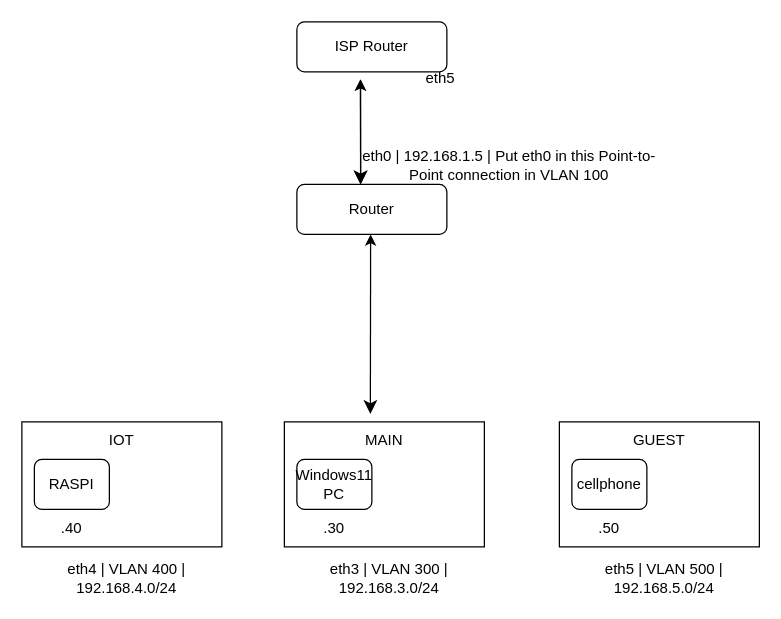
Above: Untitled Diagram.drawio in akademsubotnik/network-config (draw.io), before the change. Source tidied: cells renumbered, new cells numbered last; positions are measured from the earlier drawing's top-left corner, leaving out a move shared by most shapes. Both pictures are drawn from the tidied source at 125%, with x=0, y=0 at pixel (21, 21).
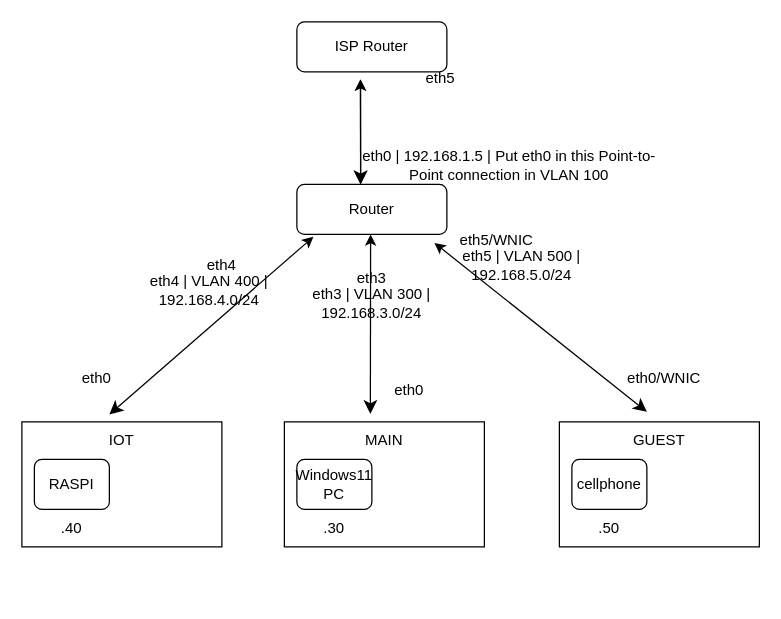
The same diagram, later.

The change refers to these unchanged cells:
```xml
<mxCell id="5" value="Router" style="rounded=1;whiteSpace=wrap;html=1;fontSize=12;glass=0;strokeWidth=1;shadow=0;" parent="1" vertex="1">
  <mxGeometry x="220" y="130" width="120" height="40" as="geometry" />
</mxCell>
```

What changed in the source:
```diff
@@
     <mxCell id="9" value="eth3 | VLAN 300 | 192.168.3.0/24" style="text;html=1;align=center;verticalAlign=middle;whiteSpace=wrap;rounded=0;" parent="1" vertex="1">
-      <mxGeometry x="234" y="430" width="120" height="30" as="geometry" />
+      <mxGeometry x="220" y="210" width="120" height="30" as="geometry" />
     </mxCell>
@@
     <mxCell id="16" value="eth4 | VLAN 400 | 192.168.4.0/24" style="text;html=1;align=center;verticalAlign=middle;whiteSpace=wrap;rounded=0;" parent="1" vertex="1">
-      <mxGeometry x="24" y="430" width="120" height="30" as="geometry" />
+      <mxGeometry x="90" y="200" width="120" height="30" as="geometry" />
     </mxCell>
@@
     <mxCell id="21" value="eth5 | VLAN 500 | 192.168.5.0/24" style="text;html=1;align=center;verticalAlign=middle;whiteSpace=wrap;rounded=0;" parent="1" vertex="1">
-      <mxGeometry x="454" y="430" width="120" height="30" as="geometry" />
+      <mxGeometry x="340" y="180" width="120" height="30" as="geometry" />
     </mxCell>
@@
+    <mxCell id="24" value="eth3" style="text;html=1;align=center;verticalAlign=middle;whiteSpace=wrap;rounded=0;" parent="1" vertex="1">
+      <mxGeometry x="250" y="190" width="60" height="30" as="geometry" />
+    </mxCell>
+    <mxCell id="25" value="eth0" style="text;html=1;align=center;verticalAlign=middle;whiteSpace=wrap;rounded=0;" parent="1" vertex="1">
+      <mxGeometry x="280" y="280" width="60" height="30" as="geometry" />
+    </mxCell>
+    <mxCell id="26" style="rounded=0;html=1;jettySize=auto;fontSize=11;endArrow=classic;endFill=1;endSize=8;strokeWidth=1;shadow=0;labelBackgroundColor=none;exitX=0.11;exitY=1.05;exitDx=0;exitDy=0;exitPerimeter=0;startArrow=classic;startFill=1;align=center;entryX=0.313;entryY=-0.213;entryDx=0;entryDy=0;entryPerimeter=0;" parent="1" edge="1" source="5">
+      <mxGeometry x="-0.05" y="30" relative="1" as="geometry">
+        <mxPoint x="70" y="314" as="targetPoint" />
+      </mxGeometry>
+    </mxCell>
+    <mxCell id="27" value="eth4" style="text;html=1;align=center;verticalAlign=middle;whiteSpace=wrap;rounded=0;" parent="1" vertex="1">
+      <mxGeometry x="130" y="180" width="60" height="30" as="geometry" />
+    </mxCell>
+    <mxCell id="28" value="eth0" style="text;html=1;align=center;verticalAlign=middle;whiteSpace=wrap;rounded=0;" parent="1" vertex="1">
+      <mxGeometry x="30" y="270" width="60" height="30" as="geometry" />
+    </mxCell>
+    <mxCell id="29" style="rounded=0;html=1;jettySize=auto;fontSize=11;endArrow=classic;endFill=1;endSize=8;strokeWidth=1;shadow=0;labelBackgroundColor=none;exitX=0.917;exitY=1.17;exitDx=0;exitDy=0;exitPerimeter=0;startArrow=classic;startFill=1;align=center;entryX=0.313;entryY=-0.213;entryDx=0;entryDy=0;entryPerimeter=0;" parent="1" edge="1" source="5">
+      <mxGeometry x="-0.05" y="30" relative="1" as="geometry">
+        <mxPoint x="500" y="312" as="targetPoint" />
+      </mxGeometry>
+    </mxCell>
+    <mxCell id="30" value="eth5/WNIC" style="text;html=1;align=center;verticalAlign=middle;whiteSpace=wrap;rounded=0;" parent="1" vertex="1">
+      <mxGeometry x="340" y="160" width="80" height="30" as="geometry" />
+    </mxCell>
+    <mxCell id="31" value="eth0/WNIC" style="text;html=1;align=center;verticalAlign=middle;whiteSpace=wrap;rounded=0;" parent="1" vertex="1">
+      <mxGeometry x="484" y="270" width="60" height="30" as="geometry" />
+    </mxCell>
```
